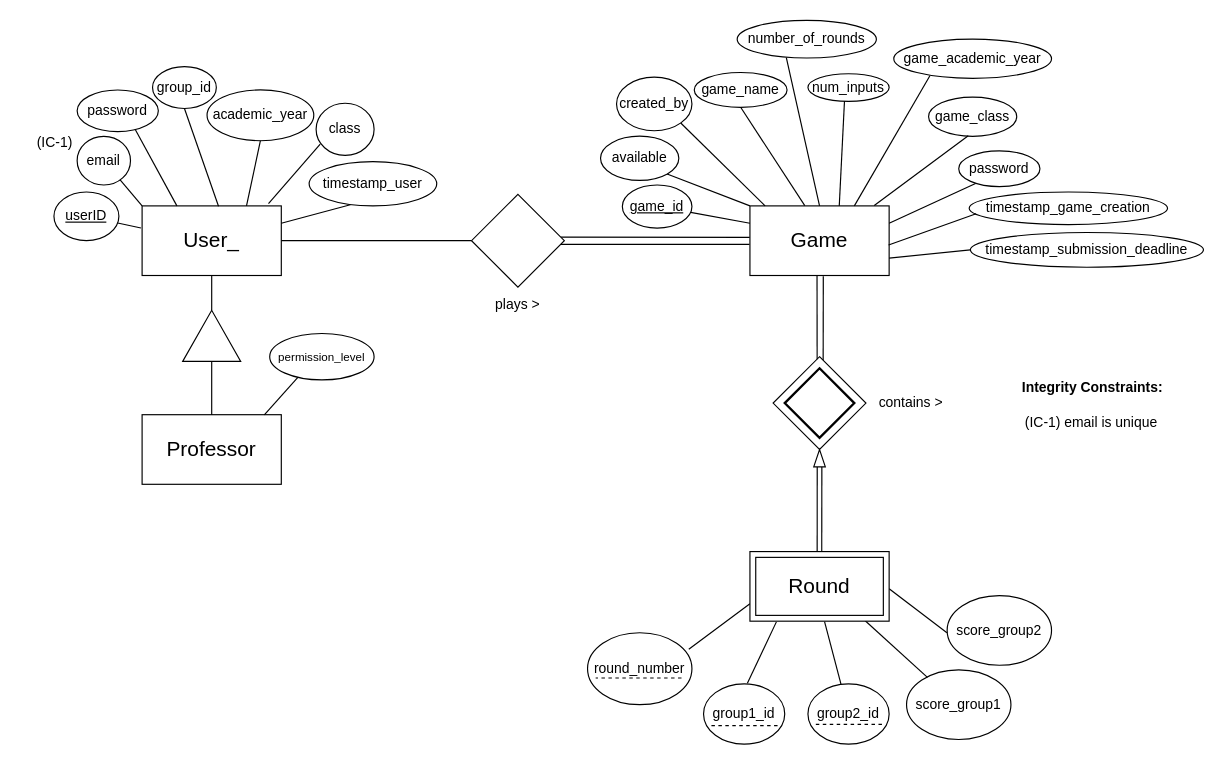
The draw.io diagram E-R_Model/E-R Model.drawio in bforbesc/AI-Assistant-Competition, before the edit. Source tidied: cells renumbered, new cells numbered last; positions are measured from the earlier drawing's top-left corner, leaving out a move shared by most shapes. Both pictures are drawn from the tidied source at 116%, with x=0, y=0 at pixel (20, 20).
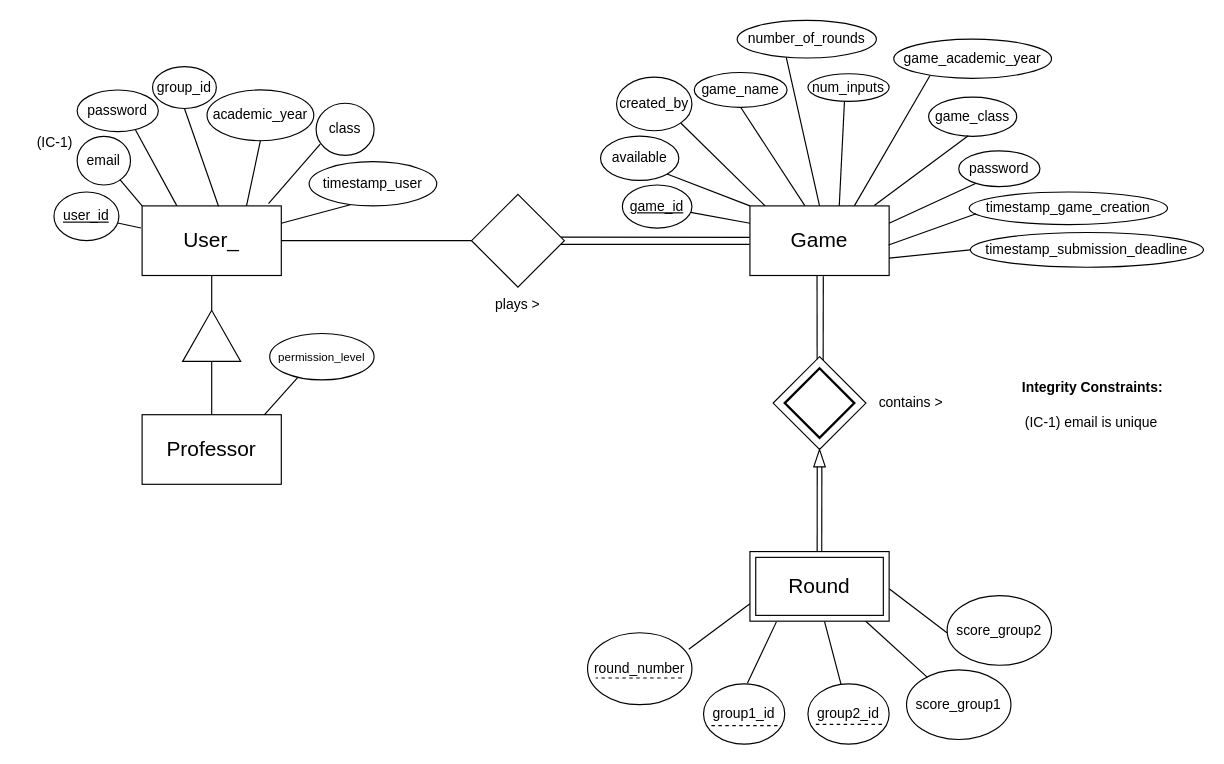
The same diagram, later.

Commit message (it also covers changes not shown here):
Fix typo in the E-R Model, Remove OTPs, Implement Set Password and Game Data, and Update Create Game and Edit Game

Diff of the diagram source:
```diff
@@
-    <mxCell id="11" value="&lt;u&gt;userID&lt;/u&gt;" style="ellipse;whiteSpace=wrap;html=1;" parent="1" vertex="1">
+    <mxCell id="11" value="&lt;u&gt;user_id&lt;/u&gt;" style="ellipse;whiteSpace=wrap;html=1;" parent="1" vertex="1">
       <mxGeometry x="29" y="148" width="56" height="42" as="geometry" />
     </mxCell>
```
